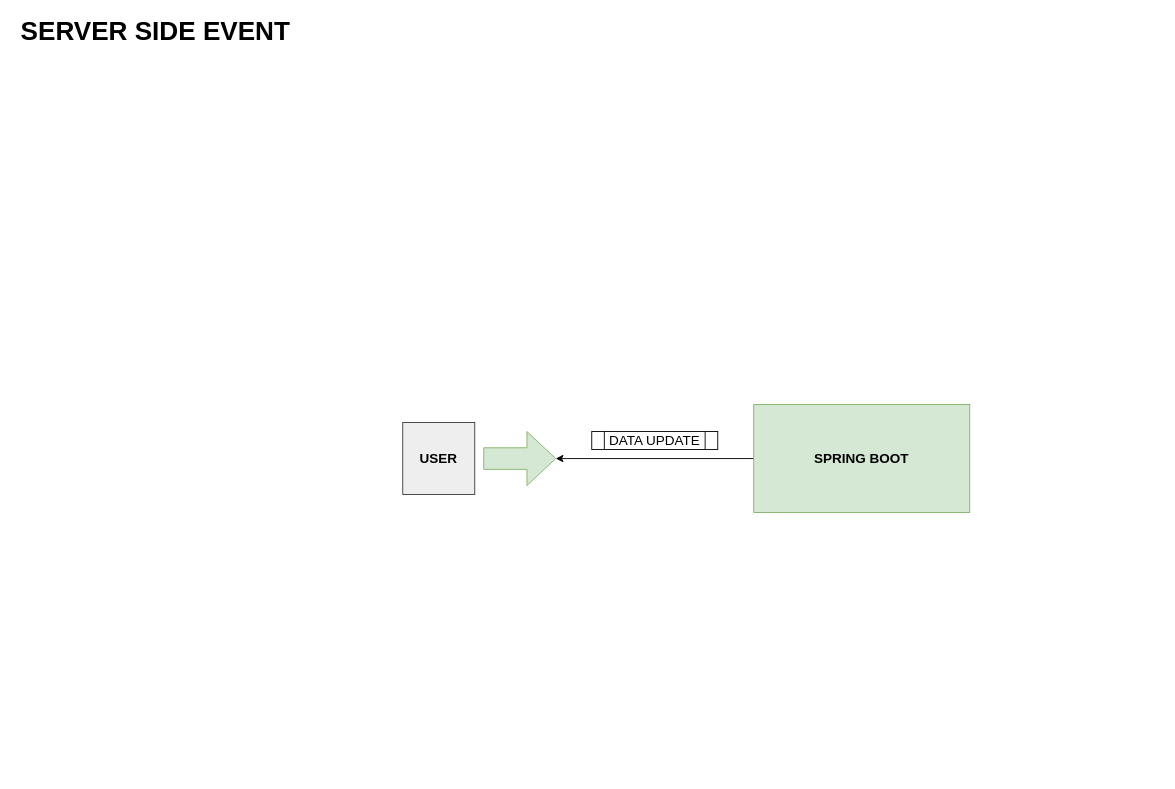
Above: Untitled Diagram.drawio in Cotliner/draw-io (draw.io), before the change. Source tidied: cells renumbered, new cells numbered last; positions are measured from the earlier drawing's top-left corner, leaving out a move shared by most shapes. Both pictures are drawn from the tidied source at 90%, with x=0, y=0 at pixel (15, 17).
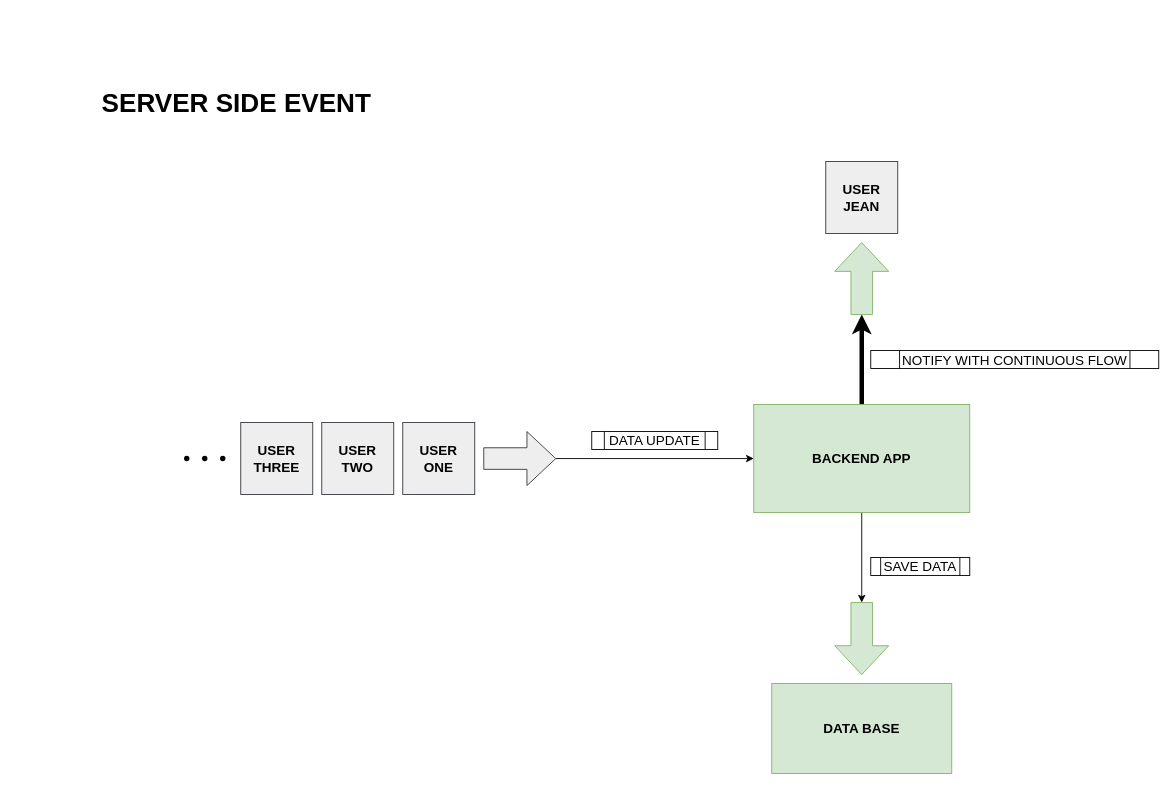
Above is the later version.

Diff of the diagram source:
```diff
@@
-    <mxCell id="2" style="edgeStyle=orthogonalEdgeStyle;rounded=0;jettySize=auto;html=1;fontSize=29;" parent="1" edge="1" source="3" target="5">
+    <mxCell id="2" style="edgeStyle=orthogonalEdgeStyle;rounded=0;jettySize=auto;html=1;fontSize=29;" parent="1" edge="1" source="5" target="3">
       <mxGeometry relative="1" as="geometry" />
     </mxCell>
+    <mxCell id="8" style="edgeStyle=orthogonalEdgeStyle;rounded=0;jettySize=auto;html=1;fontSize=15;strokeWidth=5;" parent="1" edge="1" source="3" target="10">
+      <mxGeometry relative="1" as="geometry" />
+    </mxCell>
+    <mxCell id="9" style="edgeStyle=orthogonalEdgeStyle;rounded=0;jettySize=auto;html=1;fontSize=15;" parent="1" edge="1" source="3" target="13">
+      <mxGeometry relative="1" as="geometry" />
+    </mxCell>
-    <mxCell id="3" value="SPRING BOOT" style="rounded=0;whiteSpace=wrap;html=1;fillColor=#d5e8d4;strokeColor=#82b366;gradientColor=none;fontStyle=1;fontSize=15;" parent="1" vertex="1">
+    <mxCell id="3" value="BACKEND APP" style="rounded=0;whiteSpace=wrap;html=1;fillColor=#d5e8d4;strokeColor=#82b366;gradientColor=none;fontStyle=1;fontSize=15;" parent="1" vertex="1">
       <mxGeometry x="820" y="430" width="240" height="120" as="geometry" />
     </mxCell>
     <mxCell id="4" value="&lt;b&gt;&lt;font style=&quot;font-size: 29px&quot;&gt;SERVER SIDE EVENT&lt;/font&gt;&lt;/b&gt;" style="text;html=1;align=center;verticalAlign=middle;strokeColor=none;fillColor=none;fontSize=15;" parent="1" vertex="1">
-      <mxGeometry width="310" height="30" as="geometry" />
+      <mxGeometry x="90" y="80" width="310" height="30" as="geometry" />
     </mxCell>
-    <mxCell id="5" style="shape=singleArrow;whiteSpace=wrap;html=1;arrowWidth=0.4;arrowSize=0.4;fontSize=15;fillColor=#d5e8d4;strokeColor=#82b366;rounded=0;gradientColor=none;fontStyle=1;" parent="1" vertex="1">
+    <mxCell id="5" style="shape=singleArrow;whiteSpace=wrap;html=1;arrowWidth=0.4;arrowSize=0.4;fontSize=15;fillColor=#eeeeee;strokeColor=#36393d;rounded=0;fontStyle=1;" parent="1" vertex="1">
       <mxGeometry x="520" y="460" width="80" height="60" as="geometry" />
     </mxCell>
-    <mxCell id="6" value="USER" style="whiteSpace=wrap;html=1;rounded=0;fontSize=15;fillColor=#eeeeee;strokeColor=#36393d;fontStyle=1;" parent="1" vertex="1">
+    <mxCell id="6" value="USER&lt;br&gt;ONE" style="whiteSpace=wrap;html=1;rounded=0;fontSize=15;fillColor=#eeeeee;strokeColor=#36393d;fontStyle=1;" parent="1" vertex="1">
       <mxGeometry x="430" y="450" width="80" height="80" as="geometry" />
     </mxCell>
@@
+    <mxCell id="10" style="shape=singleArrow;whiteSpace=wrap;html=1;arrowWidth=0.4;arrowSize=0.4;fontSize=15;fillColor=#d5e8d4;strokeColor=#82b366;rounded=0;gradientColor=none;fontStyle=1;rotation=-90;" parent="1" vertex="1">
+      <mxGeometry x="900" y="260" width="80" height="60" as="geometry" />
+    </mxCell>
+    <mxCell id="11" value="USER&lt;br&gt;JEAN" style="whiteSpace=wrap;html=1;rounded=0;fontSize=15;fillColor=#eeeeee;strokeColor=#36393d;fontStyle=1;" parent="1" vertex="1">
+      <mxGeometry x="900" y="160" width="80" height="80" as="geometry" />
+    </mxCell>
+    <mxCell id="12" value="NOTIFY WITH CONTINUOUS FLOW" style="shape=process;whiteSpace=wrap;html=1;backgroundOutline=1;rounded=0;fontSize=15;fillColor=default;gradientColor=none;" parent="1" vertex="1">
+      <mxGeometry x="950" y="370" width="320" height="20" as="geometry" />
+    </mxCell>
+    <mxCell id="13" style="shape=singleArrow;whiteSpace=wrap;html=1;arrowWidth=0.4;arrowSize=0.4;fontSize=15;fillColor=#d5e8d4;strokeColor=#82b366;rounded=0;gradientColor=none;fontStyle=1;rotation=90;" parent="1" vertex="1">
+      <mxGeometry x="900" y="660" width="80" height="60" as="geometry" />
+    </mxCell>
+    <mxCell id="14" value="DATA BASE" style="rounded=0;whiteSpace=wrap;html=1;fillColor=#d5e8d4;strokeColor=#82b366;gradientColor=none;fontStyle=1;fontSize=15;" parent="1" vertex="1">
+      <mxGeometry x="840" y="740" width="200" height="100" as="geometry" />
+    </mxCell>
+    <mxCell id="15" value="SAVE DATA" style="shape=process;whiteSpace=wrap;html=1;backgroundOutline=1;rounded=0;fontSize=15;fillColor=default;gradientColor=none;" parent="1" vertex="1">
+      <mxGeometry x="950" y="600" width="110" height="20" as="geometry" />
+    </mxCell>
+    <mxCell id="16" value="USER&lt;br&gt;TWO" style="whiteSpace=wrap;html=1;rounded=0;fontSize=15;fillColor=#eeeeee;strokeColor=#36393d;fontStyle=1;" parent="1" vertex="1">
+      <mxGeometry x="340" y="450" width="80" height="80" as="geometry" />
+    </mxCell>
+    <mxCell id="17" value="USER&lt;br&gt;THREE" style="whiteSpace=wrap;html=1;rounded=0;fontSize=15;fillColor=#eeeeee;strokeColor=#36393d;fontStyle=1;" parent="1" vertex="1">
+      <mxGeometry x="250" y="450" width="80" height="80" as="geometry" />
+    </mxCell>
+    <mxCell id="18" style="shape=waypoint;sketch=0;size=6;fillColor=none;perimeter=centerPerimeter;rounded=0;fontSize=15;" parent="1" vertex="1">
+      <mxGeometry x="170" y="470" width="40" height="40" as="geometry" />
+    </mxCell>
+    <mxCell id="19" style="shape=waypoint;sketch=0;size=6;fillColor=none;perimeter=centerPerimeter;rounded=0;fontSize=15;" parent="1" vertex="1">
+      <mxGeometry x="190" y="470" width="40" height="40" as="geometry" />
+    </mxCell>
+    <mxCell id="20" style="shape=waypoint;sketch=0;size=6;fillColor=none;perimeter=centerPerimeter;rounded=0;fontSize=15;" parent="1" vertex="1">
+      <mxGeometry x="210" y="470" width="40" height="40" as="geometry" />
+    </mxCell>
```
